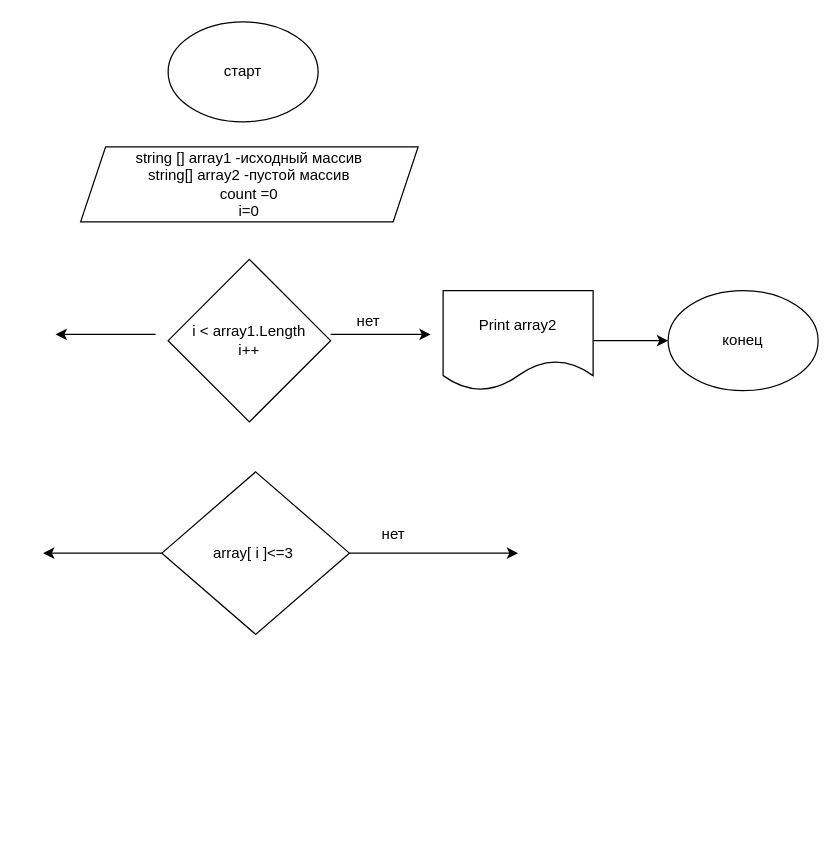
Above: block_diagram.drawio in LyudmilaKudinova/C-FinalWork (draw.io), before the change. Source tidied: cells renumbered, new cells numbered last; positions are measured from the earlier drawing's top-left corner, leaving out a move shared by most shapes. Both pictures are drawn from the tidied source at 125%, with x=0, y=0 at pixel (42, 21).
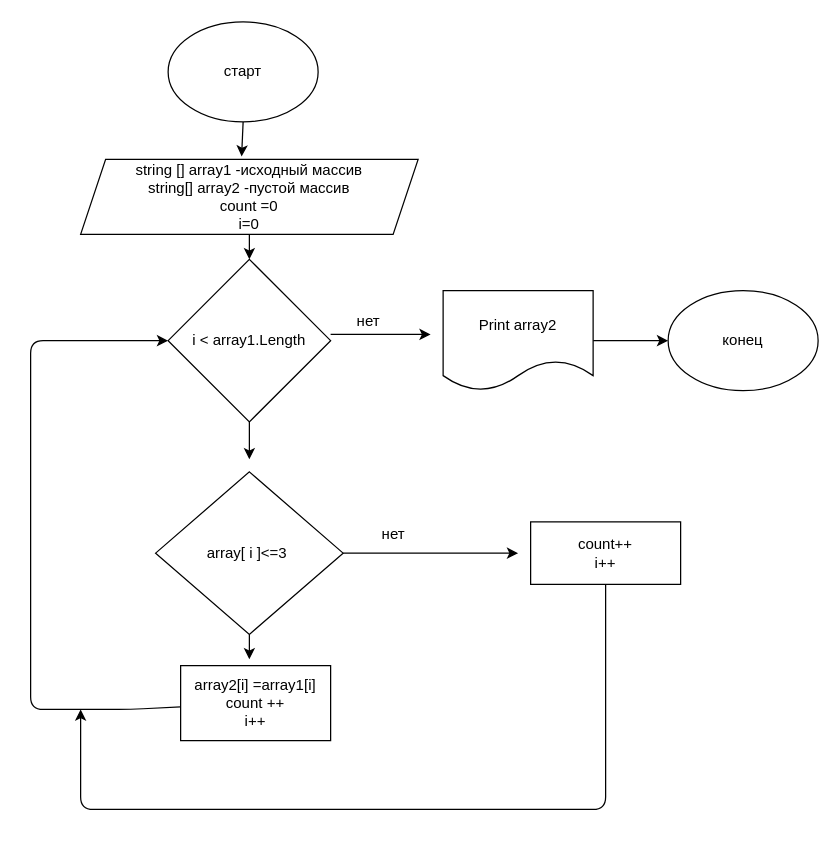
The same diagram, later.

Commit message:
Блок-схема решения

Unchanged cells that the change refers to:
```xml
<mxCell id="2" value="старт" style="ellipse;whiteSpace=wrap;html=1;" parent="1" vertex="1">
  <mxGeometry x="100" width="120" height="80" as="geometry" />
</mxCell>
```

What changed in the source:
```diff
@@
+    <mxCell id="15" style="edgeStyle=none;html=1;exitX=0.5;exitY=1;exitDx=0;exitDy=0;entryX=0.477;entryY=-0.039;entryDx=0;entryDy=0;entryPerimeter=0;" parent="1" edge="1" source="2" target="3">
+      <mxGeometry relative="1" as="geometry" />
+    </mxCell>
@@
+    <mxCell id="16" style="edgeStyle=none;html=1;entryX=0.5;entryY=0;entryDx=0;entryDy=0;" parent="1" edge="1" source="3" target="6">
+      <mxGeometry relative="1" as="geometry" />
+    </mxCell>
     <mxCell id="3" value="string [] array1 -исходный массив&lt;br&gt;string[] array2 -пустой массив&lt;br&gt;count =0&lt;br&gt;i=0" style="shape=parallelogram;perimeter=parallelogramPerimeter;whiteSpace=wrap;html=1;fixedSize=1;" parent="1" vertex="1">
-      <mxGeometry x="30" y="100" width="270" height="60" as="geometry" />
+      <mxGeometry x="30" y="110" width="270" height="60" as="geometry" />
     </mxCell>
@@
-    <mxCell id="5" style="edgeStyle=none;html=1;exitX=0;exitY=0.5;exitDx=0;exitDy=0;" parent="1" edge="1">
-      <mxGeometry relative="1" as="geometry">
-        <mxPoint x="90" y="250" as="sourcePoint" />
-        <mxPoint x="10" y="250" as="targetPoint" />
-      </mxGeometry>
-    </mxCell>
+    <mxCell id="17" style="edgeStyle=none;html=1;exitX=0.5;exitY=1;exitDx=0;exitDy=0;" parent="1" edge="1" source="6">
+      <mxGeometry relative="1" as="geometry">
+        <mxPoint x="165" y="350" as="targetPoint" />
+      </mxGeometry>
+    </mxCell>
-    <mxCell id="6" value="i &amp;lt; array1.Length&lt;br&gt;i++" style="rhombus;whiteSpace=wrap;html=1;" parent="1" vertex="1">
+    <mxCell id="6" value="i &amp;lt; array1.Length&lt;br&gt;" style="rhombus;whiteSpace=wrap;html=1;" parent="1" vertex="1">
       <mxGeometry x="100" y="190" width="130" height="130" as="geometry" />
     </mxCell>
@@
-    <mxCell id="12" style="edgeStyle=none;html=1;" parent="1" edge="1" source="13">
-      <mxGeometry relative="1" as="geometry">
-        <mxPoint y="425" as="targetPoint" />
-      </mxGeometry>
-    </mxCell>
+    <mxCell id="18" style="edgeStyle=none;html=1;" parent="1" edge="1" source="13">
+      <mxGeometry relative="1" as="geometry">
+        <mxPoint x="165" y="510" as="targetPoint" />
+      </mxGeometry>
+    </mxCell>
     <mxCell id="13" value="array[ i ]&amp;lt;=3&amp;nbsp;" style="rhombus;whiteSpace=wrap;html=1;" parent="1" vertex="1">
-      <mxGeometry x="95" y="360" width="150" height="130" as="geometry" />
+      <mxGeometry x="90" y="360" width="150" height="130" as="geometry" />
     </mxCell>
@@
+    <mxCell id="19" style="edgeStyle=none;html=1;" parent="1" edge="1" source="20">
+      <mxGeometry relative="1" as="geometry">
+        <mxPoint x="30" y="550" as="targetPoint" />
+        <Array as="points">
+          <mxPoint x="450" y="630" />
+          <mxPoint x="30" y="630" />
+        </Array>
+      </mxGeometry>
+    </mxCell>
+    <mxCell id="20" value="count++&lt;br&gt;i++" style="whiteSpace=wrap;html=1;" parent="1" vertex="1">
+      <mxGeometry x="390" y="400" width="120" height="50" as="geometry" />
+    </mxCell>
+    <mxCell id="21" style="edgeStyle=none;html=1;entryX=0;entryY=0.5;entryDx=0;entryDy=0;" parent="1" edge="1" source="22" target="6">
+      <mxGeometry relative="1" as="geometry">
+        <Array as="points">
+          <mxPoint x="70" y="550" />
+          <mxPoint x="20" y="550" />
+          <mxPoint x="-10" y="550" />
+          <mxPoint x="-10" y="255" />
+        </Array>
+      </mxGeometry>
+    </mxCell>
+    <mxCell id="22" value="array2[i] =array1[i]&lt;br&gt;count ++&lt;br&gt;i++" style="rounded=0;whiteSpace=wrap;html=1;" parent="1" vertex="1">
+      <mxGeometry x="110" y="515" width="120" height="60" as="geometry" />
+    </mxCell>
```
